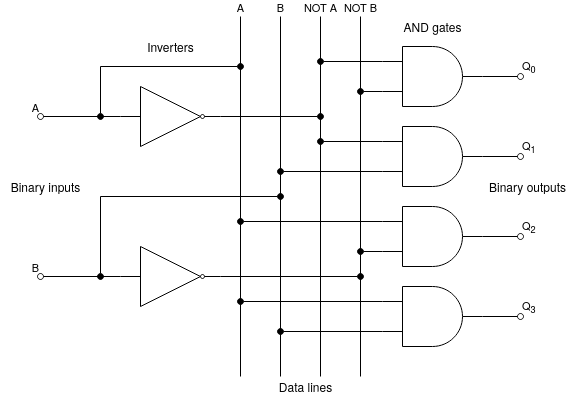
Above: Images/gates_2-4.png in tomas-fryza/vhdl-course (draw.io), before the change. Source tidied: cells renumbered, new cells last; positions are measured from the earlier drawing's top-left corner, leaving out a move shared by most shapes.
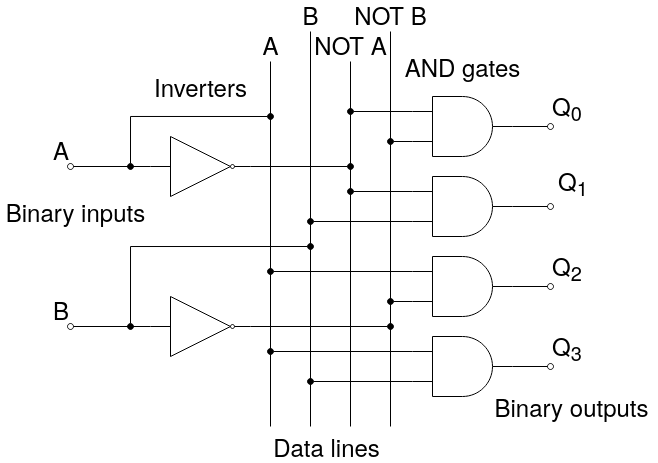
Above is the later version.

Commit message:
[IMG] Font size increased

What changed in the source:
```diff
@@ -7,7 +7,7 @@
         <mxPoint x="320" y="100" as="targetPoint" />
       </mxGeometry>
     </mxCell>
-    <mxCell id="3" value="A" style="edgeStyle=orthogonalEdgeStyle;rounded=0;jettySize=auto;html=1;exitX=0;exitY=0.5;exitDx=0;exitDy=0;endArrow=oval;endFill=0;align=right;labelPosition=left;verticalLabelPosition=top;verticalAlign=bottom;horizontal=1;labelBackgroundColor=none;" parent="1" edge="1" source="5">
+    <mxCell id="3" value="&lt;font style=&quot;font-size: 24px&quot;&gt;A&lt;/font&gt;" style="edgeStyle=orthogonalEdgeStyle;rounded=0;jettySize=auto;html=1;exitX=0;exitY=0.5;exitDx=0;exitDy=0;endArrow=oval;endFill=0;align=right;labelPosition=left;verticalLabelPosition=top;verticalAlign=bottom;horizontal=1;labelBackgroundColor=none;" parent="1" edge="1" source="5">
       <mxGeometry x="1" relative="1" as="geometry">
         <mxPoint x="40" y="100" as="targetPoint" />
       </mxGeometry>
@@ -30,7 +30,7 @@
         <mxPoint x="360" y="260" as="targetPoint" />
       </mxGeometry>
     </mxCell>
-    <mxCell id="7" value="B" style="edgeStyle=orthogonalEdgeStyle;rounded=0;jettySize=auto;html=1;exitX=0;exitY=0.5;exitDx=0;exitDy=0;endArrow=oval;endFill=0;labelPosition=left;verticalLabelPosition=top;align=right;verticalAlign=bottom;labelBackgroundColor=none;" parent="1" edge="1" source="9">
+    <mxCell id="7" value="&lt;font style=&quot;font-size: 24px&quot;&gt;B&lt;/font&gt;" style="edgeStyle=orthogonalEdgeStyle;rounded=0;jettySize=auto;html=1;exitX=0;exitY=0.5;exitDx=0;exitDy=0;endArrow=oval;endFill=0;labelPosition=left;verticalLabelPosition=top;align=right;verticalAlign=bottom;labelBackgroundColor=none;" parent="1" edge="1" source="9">
       <mxGeometry x="1" relative="1" as="geometry">
         <mxPoint x="40" y="260" as="targetPoint" />
       </mxGeometry>
@@ -58,7 +58,7 @@
         <mxPoint x="360" y="75" as="targetPoint" />
       </mxGeometry>
     </mxCell>
-    <mxCell id="12" value="Q&lt;sub&gt;0&lt;/sub&gt;" style="edgeStyle=orthogonalEdgeStyle;rounded=0;jettySize=auto;html=1;exitX=1;exitY=0.5;exitDx=0;exitDy=0;exitPerimeter=0;endArrow=oval;endFill=0;labelPosition=right;verticalLabelPosition=top;align=left;verticalAlign=bottom;labelBackgroundColor=none;" parent="1" edge="1" source="13">
+    <mxCell id="12" value="&lt;font style=&quot;font-size: 24px&quot;&gt;Q&lt;sub&gt;0&lt;/sub&gt;&lt;/font&gt;" style="edgeStyle=orthogonalEdgeStyle;rounded=0;jettySize=auto;html=1;exitX=1;exitY=0.5;exitDx=0;exitDy=0;exitPerimeter=0;endArrow=oval;endFill=0;labelPosition=right;verticalLabelPosition=top;align=left;verticalAlign=bottom;labelBackgroundColor=none;" parent="1" edge="1" source="13">
       <mxGeometry x="1" relative="1" as="geometry">
         <mxPoint x="520" y="60" as="targetPoint" />
       </mxGeometry>
@@ -76,9 +76,10 @@
         <mxPoint x="280" y="155" as="targetPoint" />
       </mxGeometry>
     </mxCell>
-    <mxCell id="16" value="Q&lt;sub&gt;1&lt;/sub&gt;" style="edgeStyle=orthogonalEdgeStyle;rounded=0;jettySize=auto;html=1;exitX=1;exitY=0.5;exitDx=0;exitDy=0;exitPerimeter=0;endArrow=oval;endFill=0;labelBackgroundColor=none;labelPosition=right;verticalLabelPosition=top;align=left;verticalAlign=bottom;" parent="1" edge="1" source="17">
-      <mxGeometry x="1" relative="1" as="geometry">
+    <mxCell id="16" value="&lt;font style=&quot;font-size: 24px&quot;&gt;Q&lt;sub&gt;1&lt;/sub&gt;&lt;/font&gt;" style="edgeStyle=orthogonalEdgeStyle;rounded=0;jettySize=auto;html=1;exitX=1;exitY=0.5;exitDx=0;exitDy=0;exitPerimeter=0;endArrow=oval;endFill=0;labelBackgroundColor=none;labelPosition=right;verticalLabelPosition=top;align=left;verticalAlign=bottom;" parent="1" edge="1" source="17">
+      <mxGeometry x="1" y="8" relative="1" as="geometry">
         <mxPoint x="520" y="140" as="targetPoint" />
+        <mxPoint x="6" y="3" as="offset" />
       </mxGeometry>
     </mxCell>
     <mxCell id="17" style="verticalLabelPosition=bottom;shadow=0;dashed=0;align=center;html=1;verticalAlign=top;shape=mxgraph.electrical.logic_gates.logic_gate;operation=and;" parent="1" vertex="1">
@@ -94,7 +95,7 @@
         <mxPoint x="360" y="235" as="targetPoint" />
       </mxGeometry>
     </mxCell>
-    <mxCell id="20" value="Q&lt;sub&gt;2&lt;/sub&gt;" style="edgeStyle=orthogonalEdgeStyle;rounded=0;jettySize=auto;html=1;exitX=1;exitY=0.5;exitDx=0;exitDy=0;exitPerimeter=0;endArrow=oval;endFill=0;labelBackgroundColor=none;labelPosition=right;verticalLabelPosition=top;align=left;verticalAlign=bottom;" parent="1" edge="1" source="21">
+    <mxCell id="20" value="&lt;font style=&quot;font-size: 24px&quot;&gt;Q&lt;sub&gt;2&lt;/sub&gt;&lt;/font&gt;" style="edgeStyle=orthogonalEdgeStyle;rounded=0;jettySize=auto;html=1;exitX=1;exitY=0.5;exitDx=0;exitDy=0;exitPerimeter=0;endArrow=oval;endFill=0;labelBackgroundColor=none;labelPosition=right;verticalLabelPosition=top;align=left;verticalAlign=bottom;" parent="1" edge="1" source="21">
       <mxGeometry x="1" relative="1" as="geometry">
         <mxPoint x="520" y="220" as="targetPoint" />
       </mxGeometry>
@@ -112,7 +113,7 @@
         <mxPoint x="280" y="315" as="targetPoint" />
       </mxGeometry>
     </mxCell>
-    <mxCell id="24" value="Q&lt;sub&gt;3&lt;/sub&gt;" style="edgeStyle=orthogonalEdgeStyle;rounded=0;jettySize=auto;html=1;exitX=1;exitY=0.5;exitDx=0;exitDy=0;exitPerimeter=0;endArrow=oval;endFill=0;labelBackgroundColor=none;labelPosition=right;verticalLabelPosition=top;align=left;verticalAlign=bottom;" parent="1" edge="1" source="25">
+    <mxCell id="24" value="&lt;font style=&quot;font-size: 24px&quot;&gt;Q&lt;sub&gt;3&lt;/sub&gt;&lt;/font&gt;" style="edgeStyle=orthogonalEdgeStyle;rounded=0;jettySize=auto;html=1;exitX=1;exitY=0.5;exitDx=0;exitDy=0;exitPerimeter=0;endArrow=oval;endFill=0;labelBackgroundColor=none;labelPosition=right;verticalLabelPosition=top;align=left;verticalAlign=bottom;" parent="1" edge="1" source="25">
       <mxGeometry x="1" relative="1" as="geometry">
         <mxPoint x="520" y="300" as="targetPoint" />
       </mxGeometry>
@@ -120,44 +121,44 @@
     <mxCell id="25" style="verticalLabelPosition=bottom;shadow=0;dashed=0;align=center;html=1;verticalAlign=top;shape=mxgraph.electrical.logic_gates.logic_gate;operation=and;" parent="1" vertex="1">
       <mxGeometry x="382" y="270" width="100" height="60" as="geometry" />
     </mxCell>
-    <mxCell id="26" value="NOT A" style="endArrow=none;html=1;labelBackgroundColor=none;labelPosition=center;verticalLabelPosition=top;align=center;verticalAlign=bottom;" parent="1" edge="1">
+    <mxCell id="26" value="&lt;font style=&quot;font-size: 24px&quot;&gt;NOT A&lt;/font&gt;" style="endArrow=none;html=1;labelBackgroundColor=none;labelPosition=center;verticalLabelPosition=top;align=center;verticalAlign=bottom;" parent="1" edge="1">
       <mxGeometry x="1" relative="1" as="geometry">
         <mxPoint x="320" y="360" as="sourcePoint" />
-        <mxPoint x="320" as="targetPoint" />
+        <mxPoint x="320" y="-5" as="targetPoint" />
       </mxGeometry>
     </mxCell>
-    <mxCell id="27" value="NOT B" style="endArrow=none;html=1;labelBackgroundColor=none;labelPosition=center;verticalLabelPosition=top;align=center;verticalAlign=bottom;" parent="1" edge="1">
+    <mxCell id="27" value="&lt;font style=&quot;font-size: 24px&quot;&gt;NOT B&lt;/font&gt;" style="endArrow=none;html=1;labelBackgroundColor=none;labelPosition=center;verticalLabelPosition=top;align=center;verticalAlign=bottom;" parent="1" edge="1">
       <mxGeometry x="1" relative="1" as="geometry">
         <mxPoint x="360" y="360" as="sourcePoint" />
-        <mxPoint x="360" as="targetPoint" />
+        <mxPoint x="360" y="-35" as="targetPoint" />
       </mxGeometry>
     </mxCell>
-    <mxCell id="28" value="B" style="endArrow=none;html=1;labelPosition=center;verticalLabelPosition=top;align=center;verticalAlign=bottom;labelBackgroundColor=none;" parent="1" edge="1">
+    <mxCell id="28" value="&lt;font style=&quot;font-size: 24px&quot;&gt;B&lt;/font&gt;" style="endArrow=none;html=1;labelPosition=center;verticalLabelPosition=top;align=center;verticalAlign=bottom;labelBackgroundColor=none;" parent="1" edge="1">
       <mxGeometry x="1" relative="1" as="geometry">
         <mxPoint x="280" y="360" as="sourcePoint" />
-        <mxPoint x="280" as="targetPoint" />
+        <mxPoint x="280" y="-35" as="targetPoint" />
       </mxGeometry>
     </mxCell>
-    <mxCell id="29" value="A" style="endArrow=none;html=1;labelPosition=center;verticalLabelPosition=top;align=center;verticalAlign=bottom;labelBackgroundColor=none;" parent="1" edge="1">
+    <mxCell id="29" value="&lt;font style=&quot;font-size: 24px&quot;&gt;A&lt;/font&gt;" style="endArrow=none;html=1;labelPosition=center;verticalLabelPosition=top;align=center;verticalAlign=bottom;labelBackgroundColor=none;" parent="1" edge="1">
       <mxGeometry x="1" relative="1" as="geometry">
         <mxPoint x="240" y="360" as="sourcePoint" />
-        <mxPoint x="240" as="targetPoint" />
+        <mxPoint x="240" y="-5" as="targetPoint" />
       </mxGeometry>
     </mxCell>
-    <mxCell id="30" value="Binary inputs" style="text;html=1;align=center;verticalAlign=middle;" parent="1" vertex="1">
-      <mxGeometry y="160" width="90" height="20" as="geometry" />
+    <mxCell id="30" value="&lt;font style=&quot;font-size: 24px&quot;&gt;Binary inputs&lt;/font&gt;" style="text;html=1;align=center;verticalAlign=middle;" parent="1" vertex="1">
+      <mxGeometry x="-30" y="130" width="150" height="30" as="geometry" />
     </mxCell>
-    <mxCell id="31" value="Inverters" style="text;html=1;align=center;verticalAlign=middle;" parent="1" vertex="1">
-      <mxGeometry x="140" y="20" width="60" height="20" as="geometry" />
+    <mxCell id="31" value="&lt;font style=&quot;font-size: 24px&quot;&gt;Inverters&lt;/font&gt;" style="text;html=1;align=center;verticalAlign=middle;" parent="1" vertex="1">
+      <mxGeometry x="115" y="5" width="110" height="30" as="geometry" />
     </mxCell>
-    <mxCell id="32" value="AND gates" style="text;html=1;align=center;verticalAlign=middle;" parent="1" vertex="1">
-      <mxGeometry x="397" width="70" height="20" as="geometry" />
+    <mxCell id="32" value="&lt;font style=&quot;font-size: 24px&quot;&gt;AND gates&lt;/font&gt;" style="text;html=1;align=center;verticalAlign=middle;" parent="1" vertex="1">
+      <mxGeometry x="367" y="-15" width="130" height="30" as="geometry" />
     </mxCell>
-    <mxCell id="33" value="Data lines" style="text;html=1;align=center;verticalAlign=middle;" parent="1" vertex="1">
-      <mxGeometry x="270" y="360" width="70" height="20" as="geometry" />
+    <mxCell id="33" value="&lt;font style=&quot;font-size: 24px&quot;&gt;Data lines&lt;/font&gt;" style="text;html=1;align=center;verticalAlign=middle;" parent="1" vertex="1">
+      <mxGeometry x="236" y="365" width="120" height="30" as="geometry" />
     </mxCell>
-    <mxCell id="34" value="Binary outputs" style="text;html=1;align=center;verticalAlign=middle;" parent="1" vertex="1">
-      <mxGeometry x="482" y="160" width="90" height="20" as="geometry" />
+    <mxCell id="34" value="&lt;font style=&quot;font-size: 24px&quot;&gt;Binary outputs&lt;/font&gt;" style="text;html=1;align=center;verticalAlign=middle;" parent="1" vertex="1">
+      <mxGeometry x="456" y="325" width="170" height="30" as="geometry" />
     </mxCell>
   </root>
 </mxGraphModel>
```
